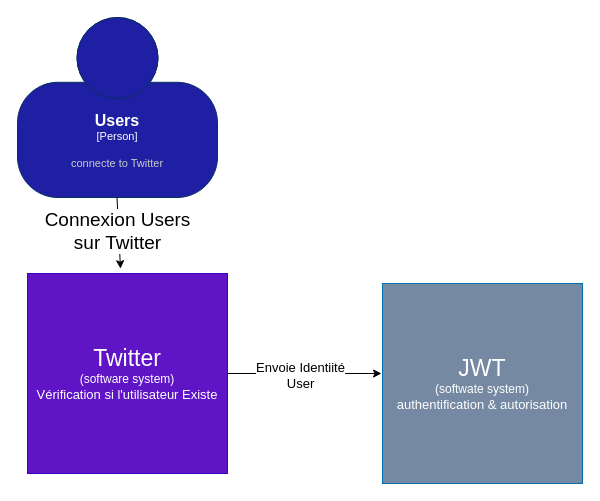
Before: page "Context" (1 of 4) of Diagramme sans nom.drawio in SALVA243/AP-TWITTER, a draw.io diagram. Source tidied: cells renumbered, new cells numbered last; positions are measured from the earlier drawing's top-left corner, leaving out a move shared by most shapes. Both pictures are drawn from the tidied source at 100%, with x=0, y=0 at pixel (17, 17).
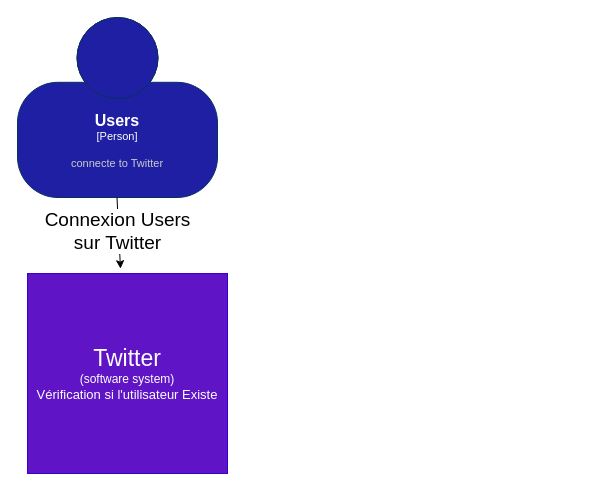
The same page after the edit.

Diff of the diagram source:
```diff
@@
 <mxGraphModel>
   <root>
     <mxCell id="0" />
     <mxCell id="1" parent="0" />
     <object id="2" label="&lt;font style=&quot;font-size: 16px&quot;&gt;&lt;b&gt;%c4Name%&lt;/b&gt;&lt;/font&gt;&lt;div&gt;[%c4Type%]&lt;/div&gt;&lt;br&gt;&lt;div&gt;&lt;font style=&quot;font-size: 11px&quot;&gt;&lt;font color=&quot;#cccccc&quot;&gt;%c4Description%&lt;/font&gt;&lt;/div&gt;" c4Description="connecte to Twitter" c4Name="Users" c4Type="Person" placeholders="1">
       <mxCell style="html=1;fontSize=11;dashed=0;whiteSpace=wrap;fillColor=#1f1fa3;strokeColor=#06315C;fontColor=#ffffff;shape=mxgraph.c4.person2;align=center;" parent="1" vertex="1">
         <mxGeometry width="200" height="180" as="geometry" />
       </mxCell>
     </object>
     <mxCell id="3" style="endArrow=classic;html=1;rounded=0;entryX=0.465;entryY=-0.024;entryDx=0;entryDy=0;entryPerimeter=0;" parent="1" edge="1" target="7">
       <mxGeometry relative="1" as="geometry">
         <mxPoint x="99.5" y="180" as="sourcePoint" />
       </mxGeometry>
     </mxCell>
     <mxCell id="4" value="Connexion Users &lt;br&gt;sur Twitter" style="edgeLabel;html=1;align=center;verticalAlign=middle;fontSize=19;" parent="3" vertex="1">
       <mxGeometry x="-0.08" y="-2" relative="1" as="geometry" />
     </mxCell>
-    <mxCell id="5" style="edgeStyle=orthogonalEdgeStyle;rounded=0;orthogonalLoop=1;jettySize=auto;html=1;" parent="1" edge="1">
-      <mxGeometry relative="1" as="geometry">
-        <mxPoint x="209" y="356" as="sourcePoint" />
-        <mxPoint x="364" y="356" as="targetPoint" />
-      </mxGeometry>
-    </mxCell>
-    <mxCell id="6" value="&lt;font style=&quot;font-size: 13px;&quot;&gt;Envoie Identiité&lt;br&gt;User&lt;/font&gt;" style="edgeLabel;html=1;align=center;verticalAlign=middle;" parent="5" vertex="1">
-      <mxGeometry x="-0.06" y="-1" relative="1" as="geometry" />
-    </mxCell>
     <mxCell id="7" value="&lt;font style=&quot;&quot;&gt;&lt;span style=&quot;font-size: 23px;&quot;&gt;Twitter&lt;br&gt;&lt;/span&gt;(software system)&lt;br&gt;&lt;font style=&quot;font-size: 13px;&quot;&gt;Vérification si l'utilisateur Existe&lt;/font&gt;&lt;br&gt;&lt;/font&gt;" style="whiteSpace=wrap;html=1;fillColor=#5f15c6;strokeColor=#3700CC;fontColor=#ffffff;" parent="1" vertex="1">
       <mxGeometry x="10" y="256" width="200" height="200" as="geometry" />
     </mxCell>
-    <mxCell id="8" value="&lt;font style=&quot;&quot;&gt;&lt;span style=&quot;font-size: 23px;&quot;&gt;JWT&lt;br&gt;&lt;/span&gt;(softwate system)&lt;br&gt;&lt;font style=&quot;font-size: 13px;&quot;&gt;authentification &amp;amp; autorisation&lt;/font&gt;&lt;br&gt;&lt;/font&gt;" style="whiteSpace=wrap;html=1;fillColor=#7689A3;strokeColor=#006EAF;fontColor=#ffffff;" parent="1" vertex="1">
-      <mxGeometry x="365" y="266" width="200" height="200" as="geometry" />
-    </mxCell>
   </root>
 </mxGraphModel>
```
